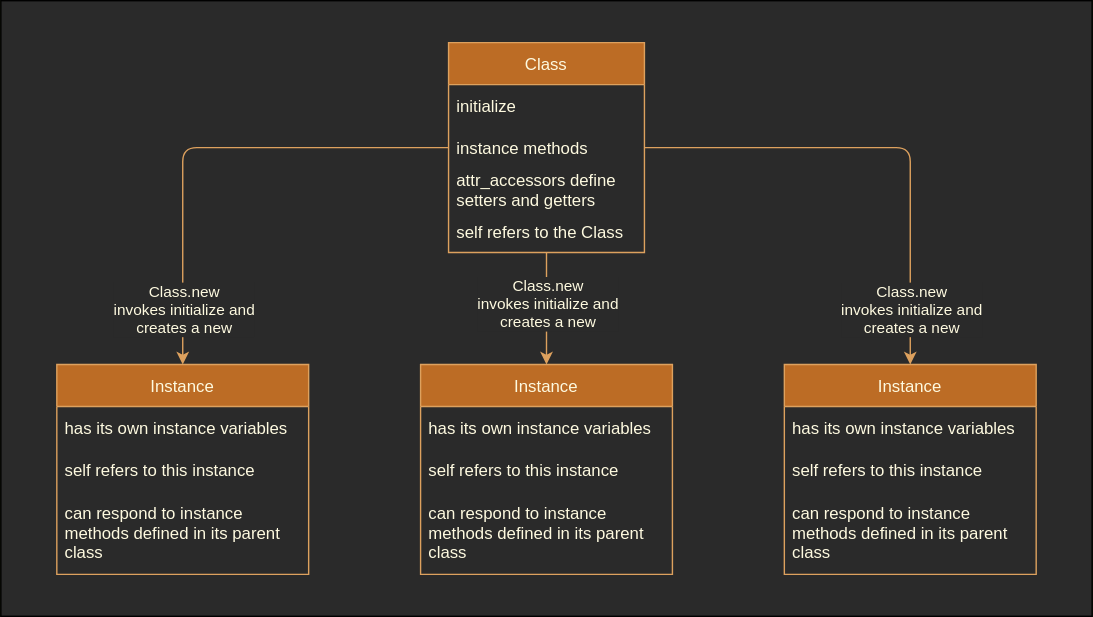
The draw.io diagram assets/oo-ruby.drawio.svg in learn-co-students/SENG-LIVE-031422-phase-3, before a commit. Source tidied: cells renumbered, new cells last; positions are measured from the earlier drawing's top-left corner, leaving out a move shared by most shapes.
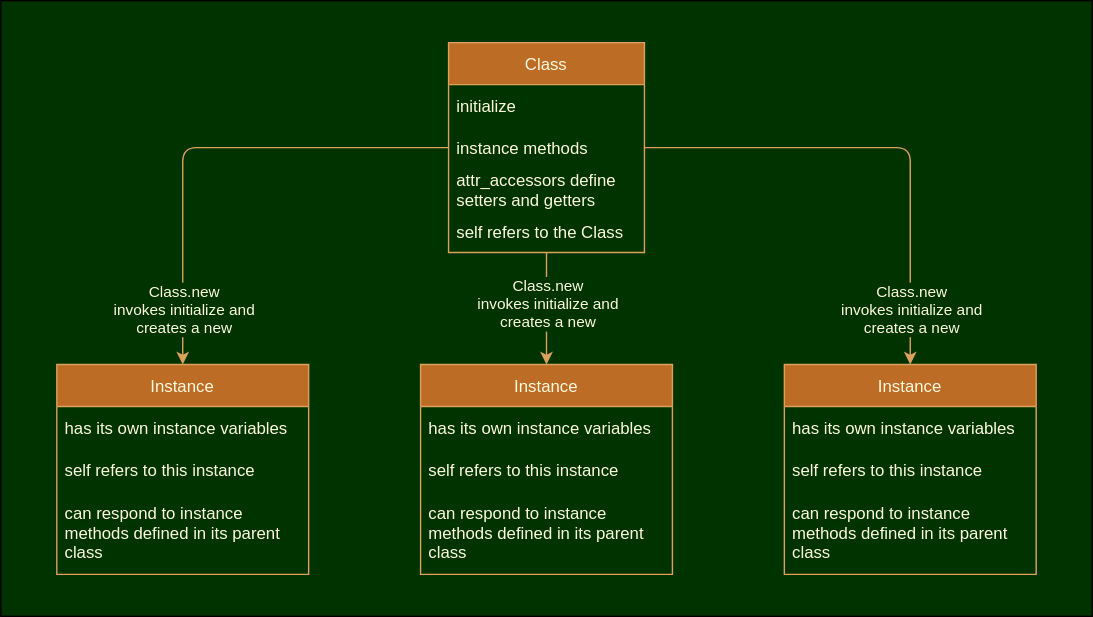
Later version of the same file.

Commit message:
change background color

Diff of the diagram source:
```diff
@@ -2,7 +2,7 @@
   <root>
     <mxCell id="0" />
     <mxCell id="1" value="Underneath" parent="0" />
-    <mxCell id="2" style="rounded=0;whiteSpace=wrap;html=1;fillColor=#2A2A2A;" parent="1" vertex="1">
+    <mxCell id="2" style="rounded=0;whiteSpace=wrap;html=1;fillColor=#003300;" parent="1" vertex="1">
       <mxGeometry width="780" height="440" as="geometry" />
     </mxCell>
     <mxCell id="3" parent="0" />
@@ -11,7 +11,7 @@
         <mxPoint x="130" y="260" as="targetPoint" />
       </mxGeometry>
     </mxCell>
-    <mxCell id="5" value="Class.new&lt;br&gt;invokes initialize and&lt;br&gt;creates a new" style="edgeLabel;html=1;align=center;verticalAlign=middle;fontColor=#FEFAE0;labelBackgroundColor=#2A2A2A;fillColor=none;" parent="4" vertex="1">
+    <mxCell id="5" value="Class.new&lt;br&gt;invokes initialize and&lt;br&gt;creates a new" style="edgeLabel;html=1;align=center;verticalAlign=middle;fontColor=#FEFAE0;labelBackgroundColor=#003300;fillColor=none;" parent="4" vertex="1">
       <mxGeometry x="0.4" relative="1" as="geometry">
         <mxPoint y="64" as="offset" />
       </mxGeometry>
@@ -19,7 +19,7 @@
     <mxCell id="6" style="edgeStyle=orthogonalEdgeStyle;curved=0;rounded=1;sketch=0;jettySize=auto;html=1;fontColor=#FEFAE0;strokeColor=#DDA15E;fillColor=#BC6C25;labelBackgroundColor=#283618;entryX=0.5;entryY=0;entryDx=0;entryDy=0;" parent="3" edge="1" source="10" target="19">
       <mxGeometry relative="1" as="geometry" />
     </mxCell>
-    <mxCell id="7" value="Class.new&lt;br&gt;invokes initialize and&lt;br&gt;creates a new" style="edgeLabel;html=1;align=center;verticalAlign=middle;fontColor=#FEFAE0;labelBackgroundColor=#2A2A2A;" parent="6" vertex="1">
+    <mxCell id="7" value="Class.new&lt;br&gt;invokes initialize and&lt;br&gt;creates a new" style="edgeLabel;html=1;align=center;verticalAlign=middle;fontColor=#FEFAE0;labelBackgroundColor=#003300;" parent="6" vertex="1">
       <mxGeometry x="-0.27" y="1" relative="1" as="geometry">
         <mxPoint x="-1" y="7" as="offset" />
       </mxGeometry>
@@ -27,7 +27,7 @@
     <mxCell id="8" style="edgeStyle=orthogonalEdgeStyle;curved=0;rounded=1;sketch=0;jettySize=auto;html=1;fontColor=#FEFAE0;strokeColor=#DDA15E;fillColor=#BC6C25;labelBackgroundColor=#283618;entryX=0.5;entryY=0;entryDx=0;entryDy=0;" parent="3" edge="1" source="10" target="23">
       <mxGeometry relative="1" as="geometry" />
     </mxCell>
-    <mxCell id="9" value="Class.new&lt;br&gt;invokes initialize and&lt;br&gt;creates a new" style="edgeLabel;html=1;align=center;verticalAlign=middle;fontColor=#FEFAE0;labelBackgroundColor=#2A2A2A;" parent="8" vertex="1">
+    <mxCell id="9" value="Class.new&lt;br&gt;invokes initialize and&lt;br&gt;creates a new" style="edgeLabel;html=1;align=center;verticalAlign=middle;fontColor=#FEFAE0;labelBackgroundColor=#003300;" parent="8" vertex="1">
       <mxGeometry x="0.64" y="1" relative="1" as="geometry">
         <mxPoint x="-1" y="23" as="offset" />
       </mxGeometry>
```
